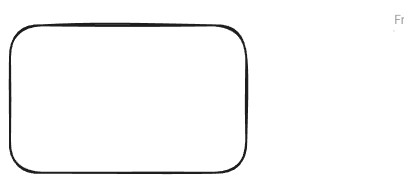
pawissanutt/flare-dht keeps this Excalidraw diagram as diagram/architecture.excalidraw.png. Above is the earlier version. Source tidied: one line per element, renumbered; positions are measured from the earlier drawing's top-left corner, leaving out a move shared by most shapes. Source of this version:
```json
{"id": 0, "type": "rectangle", "strokeColor": "#1e1e1e", "strokeWidth": 2, "roughness": 1, "round": true, "x": 0, "y": 0, "width": 236, "height": 147}
{"id": 1, "type": "frame", "strokeColor": "#bbb", "strokeWidth": 2, "roughness": 0, "x": 384, "y": 5, "width": 0, "height": 0}
```
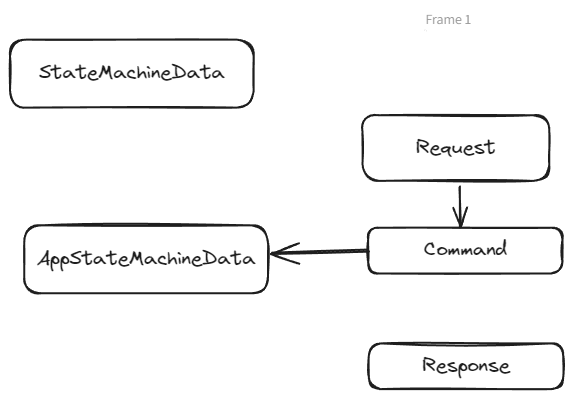
The same file after the commit.

The edit, as a diff of the source:
```diff
@@ -1,2 +1,13 @@
+{"id": 2, "type": "rectangle", "strokeColor": "#1e1e1e", "strokeWidth": 2, "roughness": 1, "round": true, "x": -31, "y": 14, "width": 244, "height": 68}
+{"id": 3, "type": "text", "text": "StateMachineData", "strokeColor": "#1e1e1e", "strokeWidth": 2, "roughness": 1, "fontSize": 20, "fontFamily": 1, "textAlign": "center", "verticalAlign": "middle", "inside": 2, "x": -3, "y": 36, "width": 186, "height": 25}
+{"id": 1, "type": "frame", "strokeColor": "#bbb", "strokeWidth": 2, "roughness": 0, "x": 384, "y": 5, "width": 0, "height": 0}
+{"id": 4, "type": "rectangle", "strokeColor": "#1e1e1e", "strokeWidth": 2, "roughness": 1, "round": true, "x": 321, "y": 90, "width": 187, "height": 66}
+{"id": 5, "type": "text", "text": "Request", "strokeColor": "#1e1e1e", "strokeWidth": 2, "roughness": 1, "fontSize": 20, "fontFamily": 1, "textAlign": "center", "verticalAlign": "middle", "inside": 4, "x": 374, "y": 110, "width": 80, "height": 25}
+{"id": 6, "type": "rectangle", "strokeColor": "#1e1e1e", "strokeWidth": 2, "roughness": 1, "round": true, "x": 327, "y": 202, "width": 194, "height": 46}
+{"id": 7, "type": "text", "text": "Command", "strokeColor": "#1e1e1e", "strokeWidth": 2, "roughness": 1, "fontSize": 20, "fontFamily": 1, "textAlign": "center", "verticalAlign": "middle", "inside": 6, "x": 382, "y": 213, "width": 83, "height": 25}
-{"id": 0, "type": "rectangle", "strokeColor": "#1e1e1e", "strokeWidth": 2, "roughness": 1, "round": true, "x": 0, "y": 0, "width": 236, "height": 147}
+{"id": 0, "type": "rectangle", "strokeColor": "#1e1e1e", "strokeWidth": 2, "roughness": 1, "round": true, "x": -17, "y": 200, "width": 244, "height": 68}
-{"id": 1, "type": "frame", "strokeColor": "#bbb", "strokeWidth": 2, "roughness": 0, "x": 384, "y": 5, "width": 0, "height": 0}
+{"id": 8, "type": "text", "text": "AppStateMachineData", "strokeColor": "#1e1e1e", "strokeWidth": 2, "roughness": 1, "fontSize": 20, "fontFamily": 1, "textAlign": "center", "verticalAlign": "middle", "inside": 0, "x": -5, "y": 221, "width": 219, "height": 25}
+{"id": 9, "type": "arrow", "strokeColor": "#1e1e1e", "strokeWidth": 2, "roughness": 1, "endArrowhead": "arrow", "round": true, "from": 4, "to": 6, "x": 418, "y": 161, "width": 1, "height": 41, "points": [[0, 0], [1, 41]]}
+{"id": 10, "type": "arrow", "strokeColor": "#1e1e1e", "strokeWidth": 2, "roughness": 1, "endArrowhead": "arrow", "round": true, "to": 0, "x": 327, "y": 225, "width": 96, "height": 2, "points": [[0, 0], [-96, 2]]}
+{"id": 11, "type": "rectangle", "strokeColor": "#1e1e1e", "strokeWidth": 2, "roughness": 1, "round": true, "x": 327, "y": 318, "width": 194, "height": 46}
+{"id": 12, "type": "text", "text": "Response", "strokeColor": "#1e1e1e", "strokeWidth": 2, "roughness": 1, "fontSize": 20, "fontFamily": 1, "textAlign": "center", "verticalAlign": "middle", "inside": 11, "x": 381, "y": 328, "width": 87, "height": 25}
```
